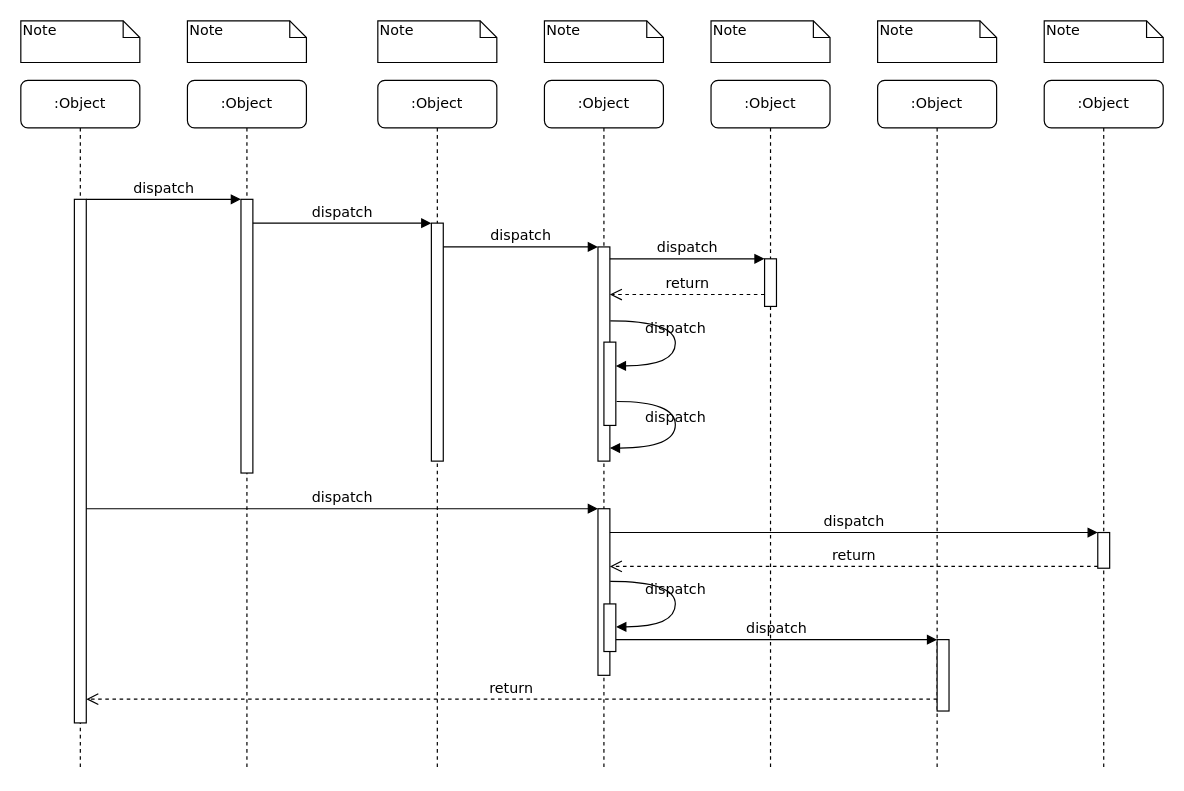
Earlier version of the draw.io diagram xiaohongshu/Untitled Diagram.drawio (windfansy/drawio). Source tidied: cells renumbered, new cells numbered last; positions are measured from the earlier drawing's top-left corner, leaving out a move shared by most shapes. Both pictures are drawn from the tidied source at 119%, with x=0, y=0 at pixel (20, 20).
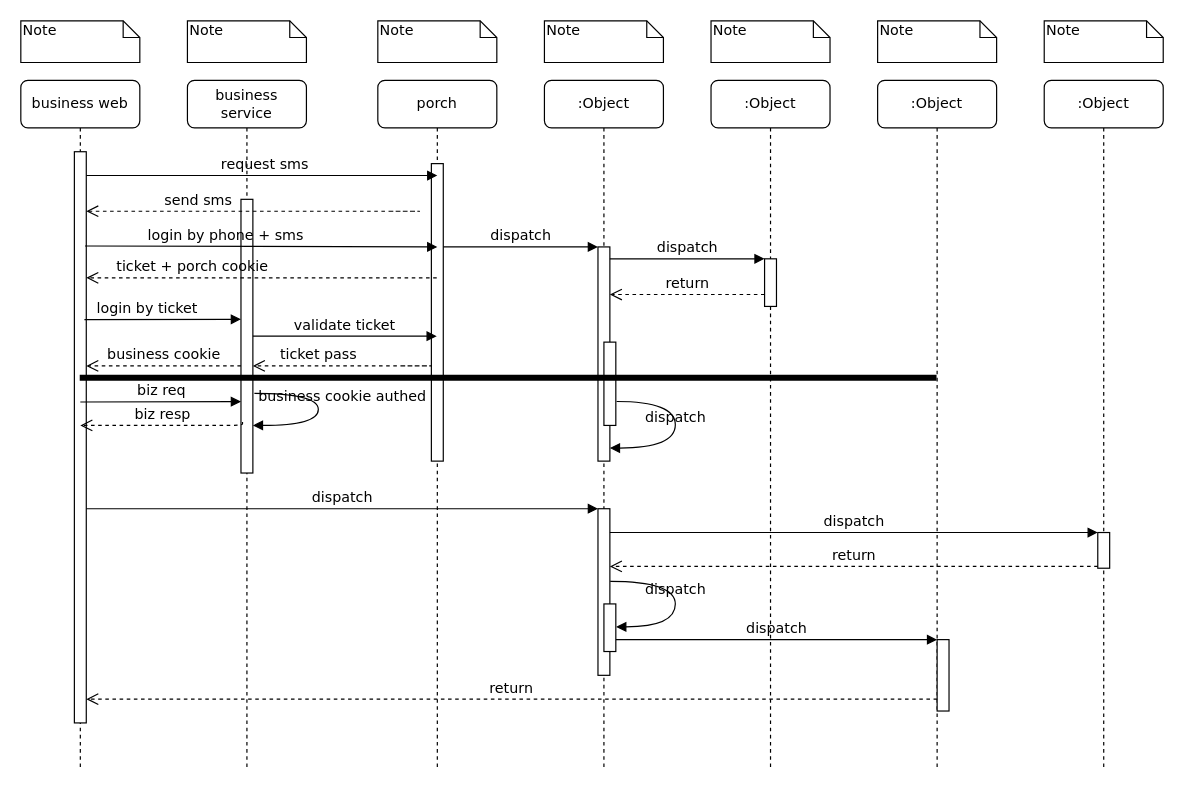
The same diagram, later.

Unchanged cells that the change refers to:
```xml
<mxCell id="3" style="html=1;points=[];perimeter=orthogonalPerimeter;rounded=0;shadow=0;comic=0;labelBackgroundColor=none;strokeWidth=1;fontFamily=Verdana;fontSize=12;align=center;" parent="2" vertex="1">
  <mxGeometry x="45" y="100" width="10" height="230" as="geometry" />
</mxCell>
<mxCell id="8" value=":Object" style="shape=umlLifeline;perimeter=lifelinePerimeter;whiteSpace=wrap;html=1;outlineConnect=0;rounded=1;shadow=0;comic=0;labelBackgroundColor=none;strokeWidth=1;fontFamily=Verdana;fontSize=12;align=center;" parent="1" vertex="1">
  <mxGeometry x="720" y="50" width="100" height="580" as="geometry" />
</mxCell>
<mxCell id="12" style="html=1;points=[];perimeter=orthogonalPerimeter;rounded=0;shadow=0;comic=0;labelBackgroundColor=none;strokeWidth=1;fontFamily=Verdana;fontSize=12;align=center;" parent="1" vertex="1">
  <mxGeometry x="485" y="190" width="10" height="180" as="geometry" />
</mxCell>
<mxCell id="27" style="html=1;points=[];perimeter=orthogonalPerimeter;rounded=0;shadow=0;comic=0;labelBackgroundColor=none;strokeWidth=1;fontFamily=Verdana;fontSize=12;align=center;" parent="1" vertex="1">
  <mxGeometry x="490" y="270" width="10" height="70" as="geometry" />
</mxCell>
```

Change to the diagram source:
```diff
@@
-    <mxCell id="2" value=":Object" style="shape=umlLifeline;perimeter=lifelinePerimeter;whiteSpace=wrap;html=1;rounded=1;shadow=0;comic=0;labelBackgroundColor=none;strokeWidth=1;fontFamily=Verdana;fontSize=12;align=center;" parent="1" vertex="1">
+    <mxCell id="2" value="business service" style="shape=umlLifeline;perimeter=lifelinePerimeter;whiteSpace=wrap;html=1;rounded=1;shadow=0;comic=0;labelBackgroundColor=none;strokeWidth=1;fontFamily=Verdana;fontSize=12;align=center;" parent="1" vertex="1">
       <mxGeometry x="140" y="50" width="100" height="580" as="geometry" />
     </mxCell>
@@
+    <mxCell id="28" value="business cookie authed" style="html=1;verticalAlign=bottom;endArrow=block;labelBackgroundColor=none;fontFamily=Verdana;fontSize=12;elbow=vertical;edgeStyle=orthogonalEdgeStyle;curved=1;exitX=1.129;exitY=0.709;exitPerimeter=0;exitDx=0;exitDy=0;" parent="2" edge="1" source="3">
+      <mxGeometry x="-0.03" y="20" relative="1" as="geometry">
+        <mxPoint x="55" y="290" as="targetPoint" />
+        <Array as="points">
+          <mxPoint x="110" y="263" />
+          <mxPoint x="110" y="290" />
+          <mxPoint x="55" y="290" />
+        </Array>
+      </mxGeometry>
+    </mxCell>
-    <mxCell id="4" value=":Object" style="shape=umlLifeline;perimeter=lifelinePerimeter;whiteSpace=wrap;html=1;outlineConnect=0;rounded=1;shadow=0;comic=0;labelBackgroundColor=none;strokeWidth=1;fontFamily=Verdana;fontSize=12;align=center;" parent="1" vertex="1">
+    <mxCell id="4" value="porch" style="shape=umlLifeline;perimeter=lifelinePerimeter;whiteSpace=wrap;html=1;outlineConnect=0;rounded=1;shadow=0;comic=0;labelBackgroundColor=none;strokeWidth=1;fontFamily=Verdana;fontSize=12;align=center;" parent="1" vertex="1">
       <mxGeometry x="300" y="50" width="100" height="580" as="geometry" />
     </mxCell>
     <mxCell id="5" style="html=1;points=[];perimeter=orthogonalPerimeter;rounded=0;shadow=0;comic=0;labelBackgroundColor=none;strokeWidth=1;fontFamily=Verdana;fontSize=12;align=center;" parent="4" vertex="1">
-      <mxGeometry x="45" y="120" width="10" height="200" as="geometry" />
+      <mxGeometry x="45" y="70" width="10" height="250" as="geometry" />
     </mxCell>
@@
-    <mxCell id="10" value=":Object" style="shape=umlLifeline;perimeter=lifelinePerimeter;whiteSpace=wrap;html=1;outlineConnect=0;rounded=1;shadow=0;comic=0;labelBackgroundColor=none;strokeWidth=1;fontFamily=Verdana;fontSize=12;align=center;" parent="1" vertex="1">
+    <mxCell id="10" value="business web" style="shape=umlLifeline;perimeter=lifelinePerimeter;whiteSpace=wrap;html=1;outlineConnect=0;rounded=1;shadow=0;comic=0;labelBackgroundColor=none;strokeWidth=1;fontFamily=Verdana;fontSize=12;align=center;" parent="1" vertex="1">
       <mxGeometry y="50" width="100" height="580" as="geometry" />
     </mxCell>
     <mxCell id="11" style="html=1;points=[];perimeter=orthogonalPerimeter;rounded=0;shadow=0;comic=0;labelBackgroundColor=none;strokeWidth=1;fontFamily=Verdana;fontSize=12;align=center;" parent="10" vertex="1">
-      <mxGeometry x="45" y="100" width="10" height="440" as="geometry" />
+      <mxGeometry x="45" y="60" width="10" height="480" as="geometry" />
     </mxCell>
@@
-    <mxCell id="25" value="dispatch" style="html=1;verticalAlign=bottom;endArrow=block;entryX=0;entryY=0;labelBackgroundColor=none;fontFamily=Verdana;fontSize=12;edgeStyle=elbowEdgeStyle;elbow=vertical;" parent="1" edge="1" source="11" target="3">
-      <mxGeometry relative="1" as="geometry" />
+    <mxCell id="25" value="&amp;nbsp;request sms" style="html=1;verticalAlign=bottom;endArrow=block;labelBackgroundColor=none;fontFamily=Verdana;fontSize=12;edgeStyle=elbowEdgeStyle;elbow=vertical;entryX=0.5;entryY=0.04;entryDx=0;entryDy=0;entryPerimeter=0;" parent="1" edge="1" source="11" target="5">
+      <mxGeometry relative="1" as="geometry">
+        <Array as="points">
+          <mxPoint x="180" y="130" />
+        </Array>
+      </mxGeometry>
     </mxCell>
-    <mxCell id="26" value="dispatch" style="html=1;verticalAlign=bottom;endArrow=block;entryX=0;entryY=0;labelBackgroundColor=none;fontFamily=Verdana;fontSize=12;edgeStyle=elbowEdgeStyle;elbow=vertical;" parent="1" edge="1" source="3" target="5">
+    <mxCell id="26" value="validate ticket" style="html=1;verticalAlign=bottom;endArrow=block;labelBackgroundColor=none;fontFamily=Verdana;fontSize=12;edgeStyle=elbowEdgeStyle;elbow=vertical;" parent="1" edge="1" source="3" target="4">
       <mxGeometry relative="1" as="geometry" />
     </mxCell>
@@
-    <mxCell id="28" value="dispatch" style="html=1;verticalAlign=bottom;endArrow=block;labelBackgroundColor=none;fontFamily=Verdana;fontSize=12;elbow=vertical;edgeStyle=orthogonalEdgeStyle;curved=1;entryX=1;entryY=0.286;entryPerimeter=0;exitX=1.038;exitY=0.345;exitPerimeter=0;" parent="1" edge="1" source="12" target="27">
-      <mxGeometry relative="1" as="geometry">
-        <Array as="points">
-          <mxPoint x="550" y="252" />
-          <mxPoint x="550" y="290" />
-        </Array>
-      </mxGeometry>
-    </mxCell>
@@
+    <mxCell id="39" value="send sms" style="html=1;verticalAlign=bottom;endArrow=open;dashed=1;endSize=8;labelBackgroundColor=none;fontFamily=Verdana;fontSize=12;edgeStyle=elbowEdgeStyle;elbow=vertical;" parent="1" edge="1">
+      <mxGeometry x="0.4" relative="1" as="geometry">
+        <mxPoint x="310" y="160" as="sourcePoint" />
+        <mxPoint x="55" y="160" as="targetPoint" />
+        <Array as="points">
+          <mxPoint x="340" y="160" />
+        </Array>
+      </mxGeometry>
+    </mxCell>
+    <mxCell id="40" value="login by phone + sms" style="html=1;verticalAlign=bottom;endArrow=block;labelBackgroundColor=none;fontFamily=Verdana;fontSize=12;edgeStyle=elbowEdgeStyle;elbow=vertical;exitX=0.9;exitY=0.165;exitDx=0;exitDy=0;exitPerimeter=0;" parent="1" edge="1" source="11">
+      <mxGeometry x="-0.2" relative="1" as="geometry">
+        <mxPoint x="350" y="190" as="targetPoint" />
+        <Array as="points">
+          <mxPoint x="185" y="190" />
+        </Array>
+      </mxGeometry>
+    </mxCell>
+    <mxCell id="41" value="ticket + porch cookie" style="html=1;verticalAlign=bottom;endArrow=open;dashed=1;endSize=8;labelBackgroundColor=none;fontFamily=Verdana;fontSize=12;edgeStyle=elbowEdgeStyle;elbow=vertical;" parent="1" edge="1">
+      <mxGeometry x="0.4" relative="1" as="geometry">
+        <mxPoint x="349.5" y="216" as="sourcePoint" />
+        <mxPoint x="55" y="216" as="targetPoint" />
+        <Array as="points">
+          <mxPoint x="290" y="216" />
+          <mxPoint x="190" y="236" />
+          <mxPoint x="170" y="236" />
+          <mxPoint x="350" y="236" />
+        </Array>
+      </mxGeometry>
+    </mxCell>
+    <mxCell id="42" value="login by ticket" style="html=1;verticalAlign=bottom;endArrow=block;labelBackgroundColor=none;fontFamily=Verdana;fontSize=12;edgeStyle=elbowEdgeStyle;elbow=vertical;exitX=0.843;exitY=0.294;exitDx=0;exitDy=0;exitPerimeter=0;" parent="1" edge="1" source="11" target="3">
+      <mxGeometry x="-0.2" relative="1" as="geometry">
+        <Array as="points">
+          <mxPoint x="191" y="250.8" />
+        </Array>
+      </mxGeometry>
+    </mxCell>
+    <mxCell id="43" value="ticket pass" style="html=1;verticalAlign=bottom;endArrow=open;dashed=1;endSize=8;labelBackgroundColor=none;fontFamily=Verdana;fontSize=12;edgeStyle=elbowEdgeStyle;elbow=vertical;" parent="1" edge="1" target="3">
+      <mxGeometry x="0.4" relative="1" as="geometry">
+        <mxPoint x="320" y="290" as="sourcePoint" />
+        <Array as="points">
+          <mxPoint x="350" y="290" />
+        </Array>
+      </mxGeometry>
+    </mxCell>
+    <mxCell id="44" value="business cookie" style="html=1;verticalAlign=bottom;endArrow=open;dashed=1;endSize=8;labelBackgroundColor=none;fontFamily=Verdana;fontSize=12;edgeStyle=elbowEdgeStyle;elbow=vertical;" parent="1" edge="1" target="11">
+      <mxGeometry relative="1" as="geometry">
+        <mxPoint x="185" y="290" as="sourcePoint" />
+        <Array as="points">
+          <mxPoint x="140" y="290" />
+          <mxPoint x="215" y="290" />
+        </Array>
+      </mxGeometry>
+    </mxCell>
+    <mxCell id="45" value="biz req&amp;nbsp;" style="html=1;verticalAlign=bottom;endArrow=block;labelBackgroundColor=none;fontFamily=Verdana;fontSize=12;edgeStyle=elbowEdgeStyle;elbow=vertical;exitX=0.843;exitY=0.294;exitDx=0;exitDy=0;exitPerimeter=0;" parent="1" edge="1" target="3">
+      <mxGeometry x="0.04" relative="1" as="geometry">
+        <mxPoint x="50" y="320.3" as="sourcePoint" />
+        <Array as="points">
+          <mxPoint x="187.6" y="320" />
+        </Array>
+      </mxGeometry>
+    </mxCell>
+    <mxCell id="46" value="biz resp" style="html=1;verticalAlign=bottom;endArrow=open;dashed=1;endSize=8;labelBackgroundColor=none;fontFamily=Verdana;fontSize=12;edgeStyle=elbowEdgeStyle;elbow=vertical;exitX=0.129;exitY=0.814;exitDx=0;exitDy=0;exitPerimeter=0;" parent="1" edge="1" source="3">
+      <mxGeometry relative="1" as="geometry">
+        <mxPoint x="50" y="340" as="targetPoint" />
+        <Array as="points">
+          <mxPoint x="135" y="340" />
+          <mxPoint x="210" y="340" />
+        </Array>
+      </mxGeometry>
+    </mxCell>
+    <mxCell id="47" style="endArrow=none;html=1;strokeWidth=5;" parent="1" edge="1" source="10" target="8">
+      <mxGeometry relative="1" as="geometry">
+        <Array as="points">
+          <mxPoint x="250" y="300" />
+        </Array>
+      </mxGeometry>
+    </mxCell>
```
